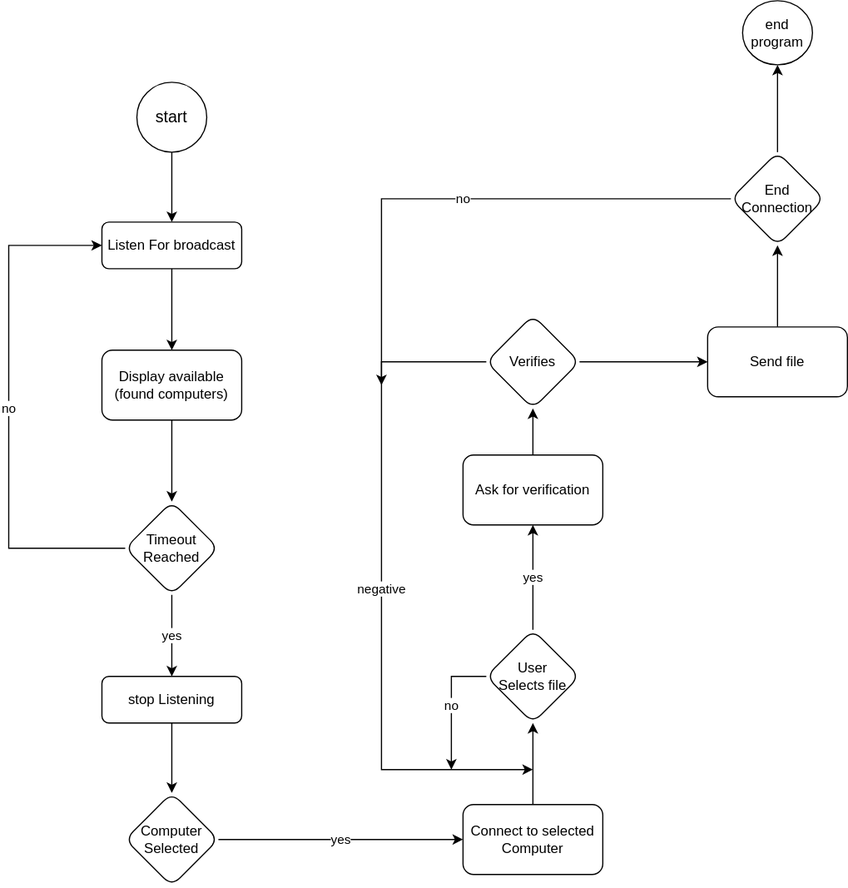
This is swift_receiver.drawio.svg from 321swift/swift, a draw.io export, as it was before one commit. Source tidied: cells renumbered, new cells last; positions are measured from the earlier drawing's top-left corner, leaving out a move shared by most shapes.
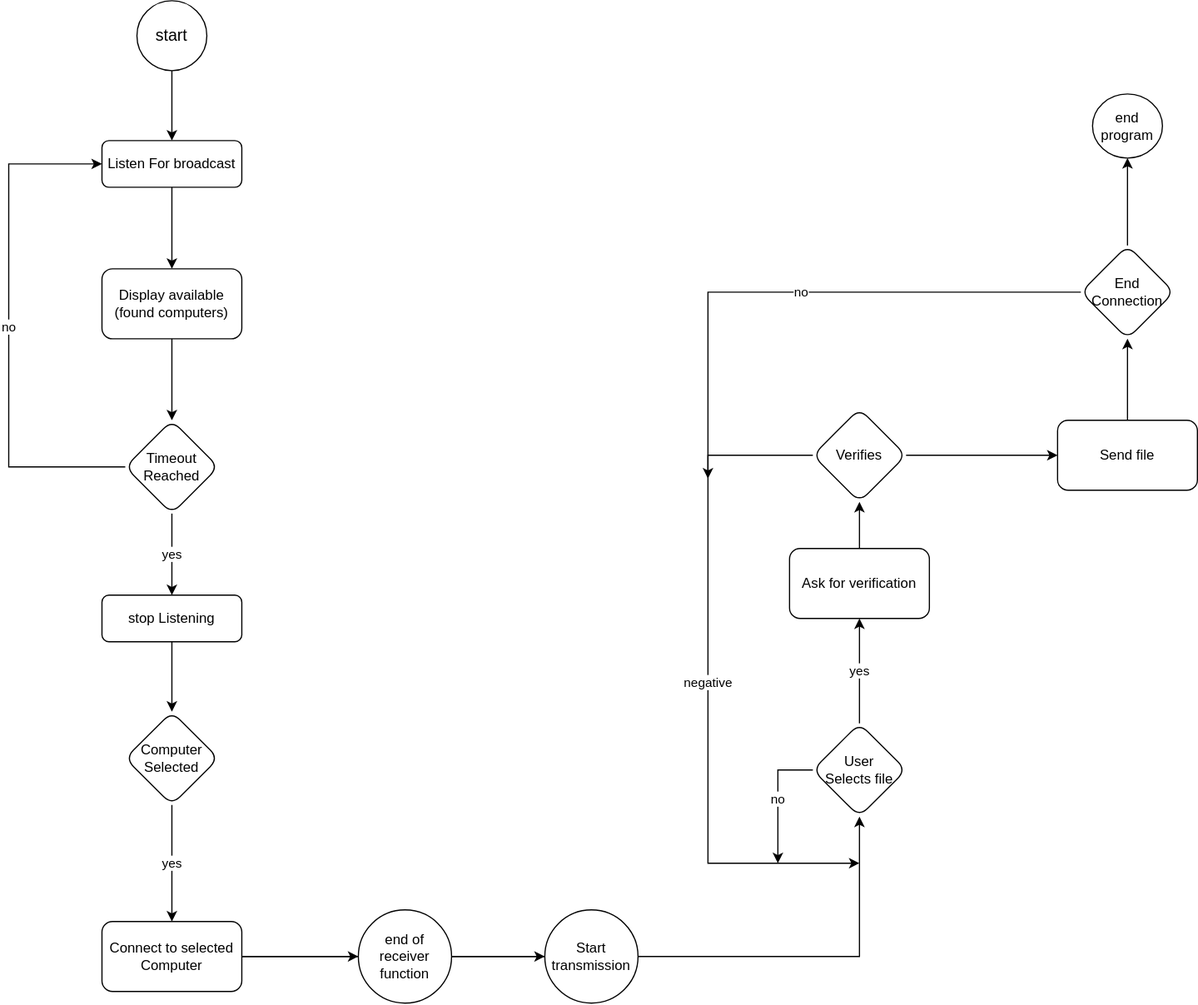
Above is the later version.

Commit message:
Update swift_receiver.drawio.svg:: make chart sections well defined

Change to the diagram source:
```diff
@@ -55,32 +55,35 @@
     <mxCell id="16" style="edgeStyle=orthogonalEdgeStyle;rounded=0;jettySize=auto;html=1;" parent="1" edge="1" source="17" target="20">
       <mxGeometry relative="1" as="geometry" />
     </mxCell>
+    <mxCell id="32" style="edgeStyle=orthogonalEdgeStyle;rounded=0;jettySize=auto;html=1;" parent="1" edge="1" source="17" target="34">
+      <mxGeometry relative="1" as="geometry" />
+    </mxCell>
     <mxCell id="17" value="Connect to selected Computer" style="whiteSpace=wrap;html=1;rounded=1;glass=0;strokeWidth=1;shadow=0;" parent="1" vertex="1">
-      <mxGeometry x="390" y="690" width="120" height="60" as="geometry" />
+      <mxGeometry x="80" y="860" width="120" height="60" as="geometry" />
     </mxCell>
     <mxCell id="18" value="yes" style="edgeStyle=orthogonalEdgeStyle;rounded=0;jettySize=auto;html=1;" parent="1" edge="1" source="20" target="22">
       <mxGeometry relative="1" as="geometry" />
     </mxCell>
     <mxCell id="19" value="no" style="edgeStyle=orthogonalEdgeStyle;rounded=0;jettySize=auto;html=1;" parent="1" edge="1" source="20">
       <mxGeometry relative="1" as="geometry">
-        <mxPoint x="380" y="660" as="targetPoint" />
+        <mxPoint x="660" y="810" as="targetPoint" />
       </mxGeometry>
     </mxCell>
     <mxCell id="20" value="&lt;div&gt;User &lt;br&gt;&lt;/div&gt;&lt;div&gt;Selects file&lt;/div&gt;" style="rhombus;whiteSpace=wrap;html=1;rounded=1;glass=0;strokeWidth=1;shadow=0;" parent="1" vertex="1">
-      <mxGeometry x="410" y="540" width="80" height="80" as="geometry" />
+      <mxGeometry x="690" y="690" width="80" height="80" as="geometry" />
     </mxCell>
     <mxCell id="21" style="edgeStyle=orthogonalEdgeStyle;rounded=0;jettySize=auto;html=1;" parent="1" edge="1" source="22" target="25">
       <mxGeometry relative="1" as="geometry" />
     </mxCell>
     <mxCell id="22" value="Ask for verification" style="whiteSpace=wrap;html=1;rounded=1;glass=0;strokeWidth=1;shadow=0;" parent="1" vertex="1">
-      <mxGeometry x="390" y="390" width="120" height="60" as="geometry" />
+      <mxGeometry x="670" y="540" width="120" height="60" as="geometry" />
     </mxCell>
     <mxCell id="23" value="negative" style="edgeStyle=orthogonalEdgeStyle;rounded=0;jettySize=auto;html=1;" parent="1" edge="1" source="25">
       <mxGeometry relative="1" as="geometry">
-        <mxPoint x="450" y="660" as="targetPoint" />
+        <mxPoint x="730" y="810" as="targetPoint" />
         <Array as="points">
-          <mxPoint x="320" y="310" />
-          <mxPoint x="320" y="660" />
+          <mxPoint x="600" y="460" />
+          <mxPoint x="600" y="810" />
         </Array>
       </mxGeometry>
     </mxCell>
@@ -88,27 +91,36 @@
       <mxGeometry relative="1" as="geometry" />
     </mxCell>
     <mxCell id="25" value="Verifies" style="rhombus;whiteSpace=wrap;html=1;rounded=1;glass=0;strokeWidth=1;shadow=0;" parent="1" vertex="1">
-      <mxGeometry x="410" y="270" width="80" height="80" as="geometry" />
+      <mxGeometry x="690" y="420" width="80" height="80" as="geometry" />
     </mxCell>
     <mxCell id="26" style="edgeStyle=orthogonalEdgeStyle;rounded=0;jettySize=auto;html=1;" parent="1" edge="1" source="27" target="30">
       <mxGeometry relative="1" as="geometry" />
     </mxCell>
     <mxCell id="27" value="Send file" style="whiteSpace=wrap;html=1;rounded=1;glass=0;strokeWidth=1;shadow=0;" parent="1" vertex="1">
-      <mxGeometry x="600" y="280" width="120" height="60" as="geometry" />
+      <mxGeometry x="900" y="430" width="120" height="60" as="geometry" />
     </mxCell>
     <mxCell id="28" value="&lt;div&gt;no&lt;/div&gt;" style="edgeStyle=orthogonalEdgeStyle;rounded=0;jettySize=auto;html=1;" parent="1" edge="1" source="30">
       <mxGeometry relative="1" as="geometry">
-        <mxPoint x="320" y="330" as="targetPoint" />
+        <mxPoint x="600" y="480" as="targetPoint" />
       </mxGeometry>
     </mxCell>
     <mxCell id="29" style="edgeStyle=orthogonalEdgeStyle;rounded=0;jettySize=auto;html=1;" parent="1" edge="1" source="30" target="31">
       <mxGeometry relative="1" as="geometry" />
     </mxCell>
     <mxCell id="30" value="&lt;div&gt;End Connection&lt;/div&gt;" style="rhombus;whiteSpace=wrap;html=1;rounded=1;glass=0;strokeWidth=1;shadow=0;" parent="1" vertex="1">
-      <mxGeometry x="620" y="130" width="80" height="80" as="geometry" />
+      <mxGeometry x="920" y="280" width="80" height="80" as="geometry" />
     </mxCell>
     <mxCell id="31" value="end program" style="ellipse;whiteSpace=wrap;html=1;rounded=1;glass=0;strokeWidth=1;shadow=0;" parent="1" vertex="1">
-      <mxGeometry x="630" width="60" height="55" as="geometry" />
+      <mxGeometry x="930" y="150" width="60" height="55" as="geometry" />
     </mxCell>
+    <mxCell id="33" style="edgeStyle=orthogonalEdgeStyle;rounded=0;jettySize=auto;html=1;" parent="1" edge="1" source="34" target="35">
+      <mxGeometry relative="1" as="geometry" />
+    </mxCell>
+    <mxCell id="34" value="end of receiver function" style="ellipse;whiteSpace=wrap;html=1;rounded=1;glass=0;strokeWidth=1;shadow=0;" parent="1" vertex="1">
+      <mxGeometry x="300" y="850" width="80" height="80" as="geometry" />
+    </mxCell>
+    <mxCell id="35" value="Start transmission" style="ellipse;whiteSpace=wrap;html=1;rounded=1;glass=0;strokeWidth=1;shadow=0;" parent="1" vertex="1">
+      <mxGeometry x="460" y="850" width="80" height="80" as="geometry" />
+    </mxCell>
   </root>
 </mxGraphModel>
```
